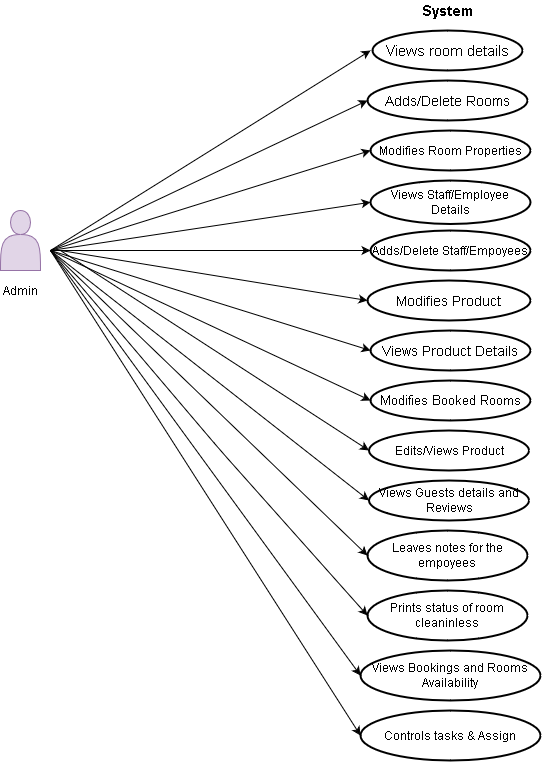
The draw.io diagram Diagrams/Use Case/Admin.png in Sonja17/Hotel-Management-System, before a commit. Source tidied: cells renumbered, new cells last; positions are measured from the earlier drawing's top-left corner, leaving out a move shared by most shapes. Source of this version:
```xml
<mxGraphModel background="#ffffff">
  <root>
    <mxCell id="0" />
    <mxCell id="1" parent="0" />
    <mxCell id="2" style="shape=actor;whiteSpace=wrap;html=1;fillColor=#e1d5e7;strokeColor=#9673a6;" parent="1" vertex="1">
      <mxGeometry y="210" width="40" height="60" as="geometry" />
    </mxCell>
    <mxCell id="3" value="Admin" style="text;html=1;strokeColor=none;fillColor=none;align=center;verticalAlign=middle;whiteSpace=wrap;rounded=0;" parent="1" vertex="1">
      <mxGeometry y="280" width="40" height="20" as="geometry" />
    </mxCell>
    <mxCell id="4" value="&lt;font style=&quot;font-size: 15px&quot;&gt;&lt;b&gt;System&lt;/b&gt;&lt;/font&gt;" style="text;html=1;strokeColor=none;fillColor=none;align=center;verticalAlign=middle;whiteSpace=wrap;rounded=0;" parent="1" vertex="1">
      <mxGeometry x="427" width="40" height="20" as="geometry" />
    </mxCell>
    <mxCell id="5" style="strokeWidth=2;html=1;shape=mxgraph.flowchart.start_1;whiteSpace=wrap;" parent="1" vertex="1">
      <mxGeometry x="372" y="30" width="150" height="40" as="geometry" />
    </mxCell>
    <mxCell id="6" value="&lt;font style=&quot;font-size: 15px&quot;&gt;Views room details &lt;/font&gt;" style="text;html=1;strokeColor=none;fillColor=none;align=center;verticalAlign=middle;whiteSpace=wrap;rounded=0;" parent="1" vertex="1">
      <mxGeometry x="379.5" y="20" width="135" height="60" as="geometry" />
    </mxCell>
    <mxCell id="7" style="edgeStyle=orthogonalEdgeStyle;rounded=0;orthogonalLoop=1;jettySize=auto;html=1;exitX=0.5;exitY=1;exitDx=0;exitDy=0;" parent="1" edge="1" source="6" target="6">
      <mxGeometry relative="1" as="geometry" />
    </mxCell>
    <mxCell id="8" style="endArrow=classic;html=1;" parent="1" edge="1">
      <mxGeometry relative="1" as="geometry">
        <mxPoint x="50" y="250" as="sourcePoint" />
        <mxPoint x="370" y="50" as="targetPoint" />
      </mxGeometry>
    </mxCell>
    <mxCell id="9" style="strokeWidth=2;html=1;shape=mxgraph.flowchart.start_1;whiteSpace=wrap;" parent="1" vertex="1">
      <mxGeometry x="367" y="80" width="160" height="40" as="geometry" />
    </mxCell>
    <mxCell id="10" value="Views Staff/Employee Details" style="strokeWidth=2;html=1;shape=mxgraph.flowchart.start_1;whiteSpace=wrap;" parent="1" vertex="1">
      <mxGeometry x="370" y="180" width="160" height="43.5" as="geometry" />
    </mxCell>
    <mxCell id="11" value="Modifies Room Properties" style="strokeWidth=2;html=1;shape=mxgraph.flowchart.start_1;whiteSpace=wrap;" parent="1" vertex="1">
      <mxGeometry x="370" y="130" width="160" height="40" as="geometry" />
    </mxCell>
    <mxCell id="12" value="Adds/Delete Staff/Empoyees" style="strokeWidth=2;html=1;shape=mxgraph.flowchart.start_1;whiteSpace=wrap;" parent="1" vertex="1">
      <mxGeometry x="370" y="230" width="160" height="40" as="geometry" />
    </mxCell>
    <mxCell id="13" value="&lt;font style=&quot;font-size: 14px&quot;&gt;Modifies Product&lt;/font&gt;" style="strokeWidth=2;html=1;shape=mxgraph.flowchart.start_1;whiteSpace=wrap;" parent="1" vertex="1">
      <mxGeometry x="367" y="280" width="163" height="40" as="geometry" />
    </mxCell>
    <mxCell id="14" style="endArrow=classic;html=1;" parent="1" edge="1">
      <mxGeometry relative="1" as="geometry">
        <mxPoint x="50" y="250" as="sourcePoint" />
        <mxPoint x="367" y="100" as="targetPoint" />
      </mxGeometry>
    </mxCell>
    <mxCell id="15" style="endArrow=classic;html=1;entryX=0;entryY=0.5;entryDx=0;entryDy=0;entryPerimeter=0;" parent="1" edge="1" target="10">
      <mxGeometry relative="1" as="geometry">
        <mxPoint x="50" y="250" as="sourcePoint" />
      </mxGeometry>
    </mxCell>
    <mxCell id="16" style="endArrow=classic;html=1;" parent="1" edge="1">
      <mxGeometry relative="1" as="geometry">
        <mxPoint x="50" y="250" as="sourcePoint" />
        <mxPoint x="370" y="150" as="targetPoint" />
      </mxGeometry>
    </mxCell>
    <mxCell id="17" style="endArrow=classic;html=1;entryX=0;entryY=0.5;entryDx=0;entryDy=0;entryPerimeter=0;" parent="1" edge="1" target="12">
      <mxGeometry relative="1" as="geometry">
        <mxPoint x="50" y="250" as="sourcePoint" />
      </mxGeometry>
    </mxCell>
    <mxCell id="18" value="&lt;font style=&quot;font-size: 14px&quot;&gt;Adds/Delete Rooms&lt;/font&gt;" style="text;html=1;strokeColor=none;fillColor=none;align=center;verticalAlign=middle;whiteSpace=wrap;rounded=0;" parent="1" vertex="1">
      <mxGeometry x="382" y="90" width="130" height="20" as="geometry" />
    </mxCell>
    <mxCell id="19" style="endArrow=classic;html=1;entryX=0;entryY=0.5;entryDx=0;entryDy=0;entryPerimeter=0;" parent="1" edge="1" target="24">
      <mxGeometry relative="1" as="geometry">
        <mxPoint x="50" y="250" as="sourcePoint" />
      </mxGeometry>
    </mxCell>
    <mxCell id="20" style="endArrow=classic;html=1;entryX=0;entryY=0.5;entryDx=0;entryDy=0;entryPerimeter=0;" parent="1" edge="1" target="25">
      <mxGeometry relative="1" as="geometry">
        <mxPoint x="60" y="250" as="sourcePoint" />
      </mxGeometry>
    </mxCell>
    <mxCell id="21" style="endArrow=classic;html=1;entryX=0;entryY=0.5;entryDx=0;entryDy=0;entryPerimeter=0;" parent="1" edge="1" target="13">
      <mxGeometry relative="1" as="geometry">
        <mxPoint x="60" y="250" as="sourcePoint" />
      </mxGeometry>
    </mxCell>
    <mxCell id="22" style="endArrow=classic;html=1;entryX=0;entryY=0.5;entryDx=0;entryDy=0;entryPerimeter=0;" parent="1" edge="1" target="23">
      <mxGeometry relative="1" as="geometry">
        <mxPoint x="50" y="250" as="sourcePoint" />
      </mxGeometry>
    </mxCell>
    <mxCell id="23" value="&lt;font style=&quot;font-size: 14px&quot;&gt;Views Product Details&lt;/font&gt;" style="strokeWidth=2;html=1;shape=mxgraph.flowchart.start_1;whiteSpace=wrap;" parent="1" vertex="1">
      <mxGeometry x="370" y="330" width="160" height="40" as="geometry" />
    </mxCell>
    <mxCell id="24" value="&lt;font style=&quot;font-size: 13px&quot;&gt;Modifies Booked Rooms&lt;/font&gt;" style="strokeWidth=2;html=1;shape=mxgraph.flowchart.start_1;whiteSpace=wrap;" parent="1" vertex="1">
      <mxGeometry x="370" y="380" width="160" height="40" as="geometry" />
    </mxCell>
    <mxCell id="25" value="Edits/Views Product" style="strokeWidth=2;html=1;shape=mxgraph.flowchart.start_1;whiteSpace=wrap;" parent="1" vertex="1">
      <mxGeometry x="368.5" y="430" width="160" height="40" as="geometry" />
    </mxCell>
    <mxCell id="26" value="Leaves notes for the empoyees" style="strokeWidth=2;html=1;shape=mxgraph.flowchart.start_1;whiteSpace=wrap;" parent="1" vertex="1">
      <mxGeometry x="367" y="530" width="160" height="50" as="geometry" />
    </mxCell>
    <mxCell id="27" value="Views Guests details and Reviews" style="strokeWidth=2;html=1;shape=mxgraph.flowchart.start_1;whiteSpace=wrap;" parent="1" vertex="1">
      <mxGeometry x="368.5" y="480" width="160" height="40" as="geometry" />
    </mxCell>
    <mxCell id="28" value="Prints status of room cleaninless" style="strokeWidth=2;html=1;shape=mxgraph.flowchart.start_1;whiteSpace=wrap;" parent="1" vertex="1">
      <mxGeometry x="367" y="590" width="160" height="50" as="geometry" />
    </mxCell>
    <mxCell id="29" value="&lt;font style=&quot;font-size: 12px&quot;&gt;Views Bookings and Rooms Availability&lt;/font&gt;" style="strokeWidth=2;html=1;shape=mxgraph.flowchart.start_1;whiteSpace=wrap;" parent="1" vertex="1">
      <mxGeometry x="360" y="650" width="180" height="50" as="geometry" />
    </mxCell>
    <mxCell id="30" value="&lt;div&gt;Controls tasks &amp;amp; Assign&lt;/div&gt;" style="strokeWidth=2;html=1;shape=mxgraph.flowchart.start_1;whiteSpace=wrap;" parent="1" vertex="1">
      <mxGeometry x="360" y="710" width="180" height="50" as="geometry" />
    </mxCell>
    <mxCell id="31" style="endArrow=classic;html=1;entryX=0;entryY=0.5;entryDx=0;entryDy=0;entryPerimeter=0;" parent="1" edge="1" target="26">
      <mxGeometry relative="1" as="geometry">
        <mxPoint x="50" y="250" as="sourcePoint" />
      </mxGeometry>
    </mxCell>
    <mxCell id="32" style="endArrow=classic;html=1;entryX=0;entryY=0.5;entryDx=0;entryDy=0;entryPerimeter=0;" parent="1" edge="1" target="27">
      <mxGeometry relative="1" as="geometry">
        <mxPoint x="50" y="250" as="sourcePoint" />
      </mxGeometry>
    </mxCell>
    <mxCell id="33" style="endArrow=classic;html=1;entryX=0;entryY=0.5;entryDx=0;entryDy=0;entryPerimeter=0;" parent="1" edge="1" target="28">
      <mxGeometry relative="1" as="geometry">
        <mxPoint x="50" y="250" as="sourcePoint" />
        <Array as="points">
          <mxPoint x="220" y="450" />
        </Array>
      </mxGeometry>
    </mxCell>
    <mxCell id="34" style="endArrow=classic;html=1;entryX=0;entryY=0.5;entryDx=0;entryDy=0;entryPerimeter=0;" parent="1" edge="1" target="29">
      <mxGeometry relative="1" as="geometry">
        <mxPoint x="50" y="250" as="sourcePoint" />
      </mxGeometry>
    </mxCell>
    <mxCell id="35" style="endArrow=classic;html=1;" parent="1" edge="1">
      <mxGeometry relative="1" as="geometry">
        <mxPoint x="50" y="250" as="sourcePoint" />
        <mxPoint x="360" y="735" as="targetPoint" />
      </mxGeometry>
    </mxCell>
  </root>
</mxGraphModel>
```
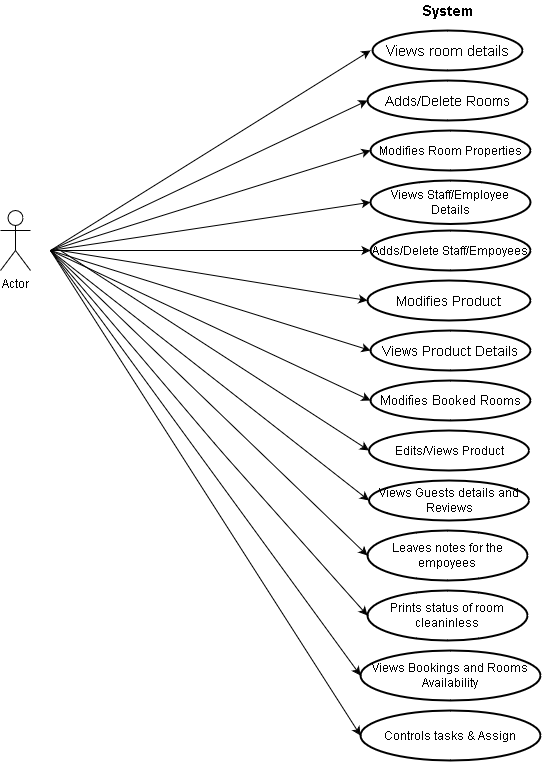
After the commit.

The edit, as a diff of the source:
```diff
@@ -2,12 +2,6 @@
   <root>
     <mxCell id="0" />
     <mxCell id="1" parent="0" />
-    <mxCell id="2" style="shape=actor;whiteSpace=wrap;html=1;fillColor=#e1d5e7;strokeColor=#9673a6;" parent="1" vertex="1">
-      <mxGeometry y="210" width="40" height="60" as="geometry" />
-    </mxCell>
-    <mxCell id="3" value="Admin" style="text;html=1;strokeColor=none;fillColor=none;align=center;verticalAlign=middle;whiteSpace=wrap;rounded=0;" parent="1" vertex="1">
-      <mxGeometry y="280" width="40" height="20" as="geometry" />
-    </mxCell>
     <mxCell id="4" value="&lt;font style=&quot;font-size: 15px&quot;&gt;&lt;b&gt;System&lt;/b&gt;&lt;/font&gt;" style="text;html=1;strokeColor=none;fillColor=none;align=center;verticalAlign=middle;whiteSpace=wrap;rounded=0;" parent="1" vertex="1">
       <mxGeometry x="427" width="40" height="20" as="geometry" />
     </mxCell>
@@ -139,5 +133,8 @@
         <mxPoint x="360" y="735" as="targetPoint" />
       </mxGeometry>
     </mxCell>
+    <mxCell id="36" value="Actor" style="shape=umlActor;verticalLabelPosition=bottom;labelBackgroundColor=#ffffff;verticalAlign=top;html=1;" parent="1" vertex="1">
+      <mxGeometry y="210" width="30" height="60" as="geometry" />
+    </mxCell>
   </root>
 </mxGraphModel>
```
